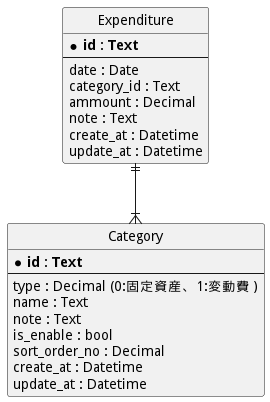
MasayukiFukada/ExpenditureBook keeps this PlantUML diagram as Document/entity_relationship_diagram.png. Above is the earlier version.
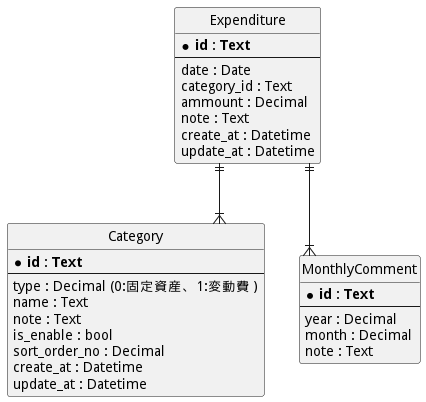
After the commit.

Change to the diagram source:
```diff
@@ -26,6 +26,15 @@
   update_at : Datetime
 }
 
+entity "MonthlyComment" as cmt {
+  * **id : Text**
+  --
+  year : Decimal
+  month : Decimal
+  note : Text
+}
+
 exp ||--|{ cat
+exp ||--|{ cmt
 
 @enduml
```
